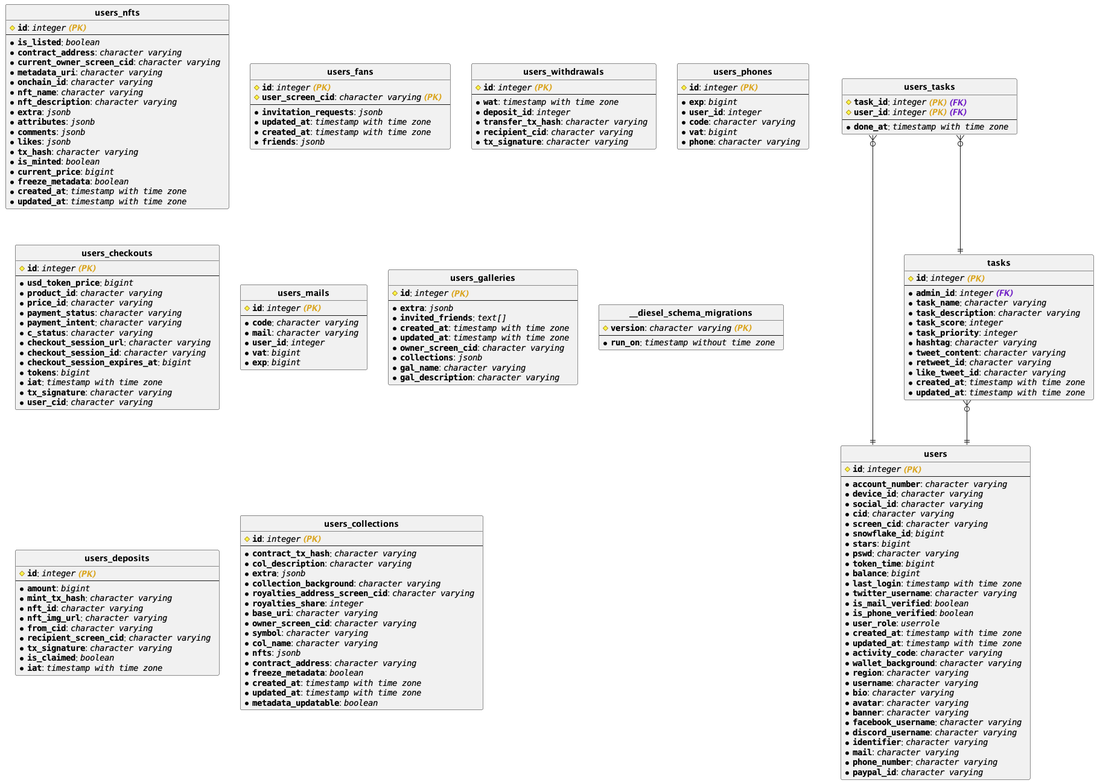
Before: infra/panel.png, a diagram exported from PlantUML (wildonion/gem).
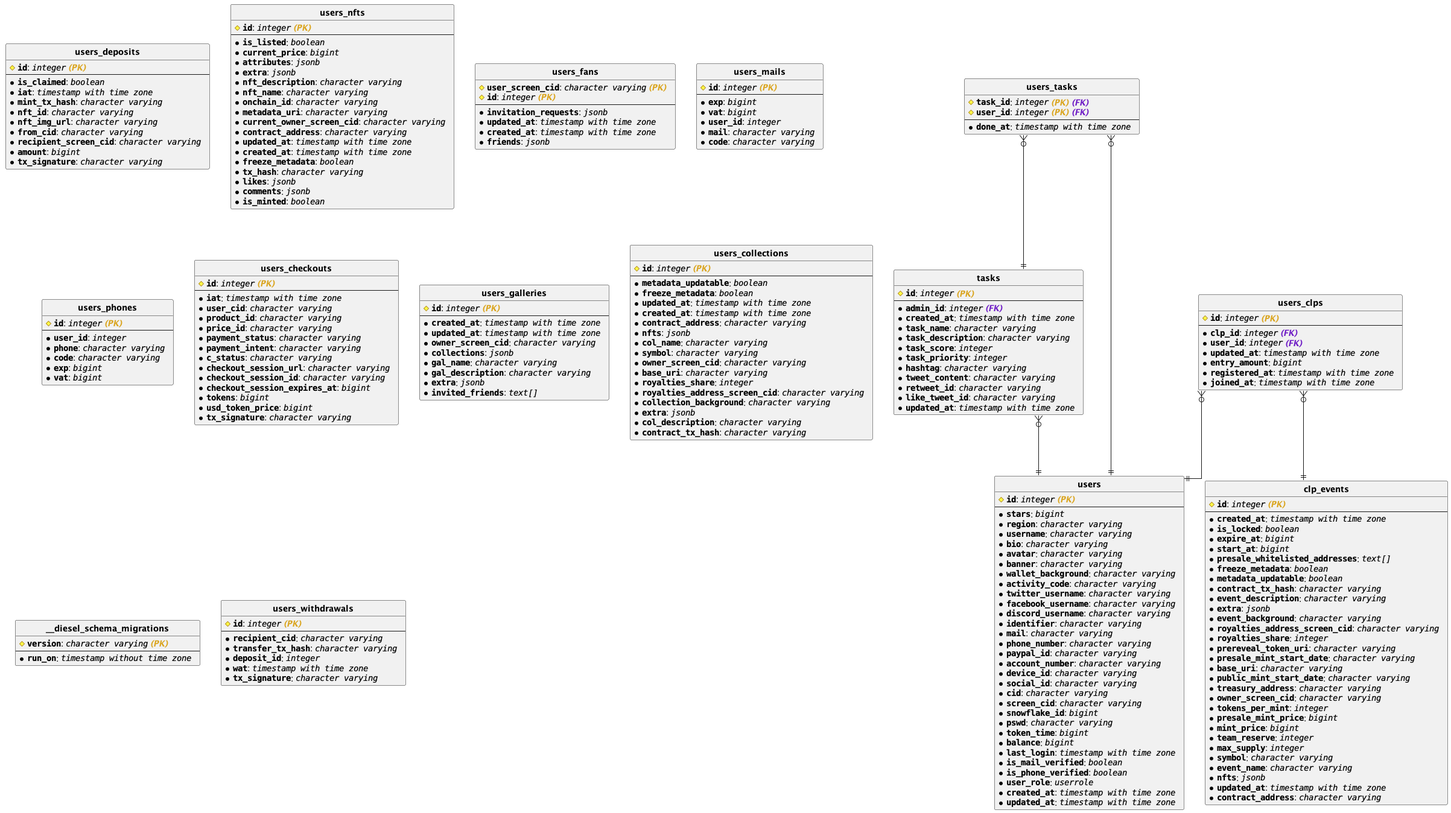
The same diagram one commit later.

Change to the diagram source:
```diff
@@ -3,31 +3,45 @@
 hide circle
 skinparam linetype ortho
 
+entity "**users_deposits**" {
+# <b>""id""</b>: //""integer"" <b><color:goldenrod>(PK) </color></b> //
+---
+* <b>""is_claimed""</b>: //""boolean""  //
+* <b>""iat""</b>: //""timestamp with time zone""  //
+* <b>""mint_tx_hash""</b>: //""character varying""  //
+* <b>""nft_id""</b>: //""character varying""  //
+* <b>""nft_img_url""</b>: //""character varying""  //
+* <b>""from_cid""</b>: //""character varying""  //
+* <b>""recipient_screen_cid""</b>: //""character varying""  //
+* <b>""amount""</b>: //""bigint""  //
+* <b>""tx_signature""</b>: //""character varying""  //
+}
+
 entity "**users_nfts**" {
 # <b>""id""</b>: //""integer"" <b><color:goldenrod>(PK) </color></b> //
 ---
 * <b>""is_listed""</b>: //""boolean""  //
+* <b>""current_price""</b>: //""bigint""  //
+* <b>""attributes""</b>: //""jsonb""  //
+* <b>""extra""</b>: //""jsonb""  //
+* <b>""nft_description""</b>: //""character varying""  //
+* <b>""nft_name""</b>: //""character varying""  //
+* <b>""onchain_id""</b>: //""character varying""  //
+* <b>""metadata_uri""</b>: //""character varying""  //
+* <b>""current_owner_screen_cid""</b>: //""character varying""  //
 * <b>""contract_address""</b>: //""character varying""  //
-* <b>""current_owner_screen_cid""</b>: //""character varying""  //
-* <b>""metadata_uri""</b>: //""character varying""  //
-* <b>""onchain_id""</b>: //""character varying""  //
-* <b>""nft_name""</b>: //""character varying""  //
-* <b>""nft_description""</b>: //""character varying""  //
-* <b>""extra""</b>: //""jsonb""  //
-* <b>""attributes""</b>: //""jsonb""  //
+* <b>""updated_at""</b>: //""timestamp with time zone""  //
+* <b>""created_at""</b>: //""timestamp with time zone""  //
+* <b>""freeze_metadata""</b>: //""boolean""  //
+* <b>""tx_hash""</b>: //""character varying""  //
+* <b>""likes""</b>: //""jsonb""  //
 * <b>""comments""</b>: //""jsonb""  //
-* <b>""likes""</b>: //""jsonb""  //
-* <b>""tx_hash""</b>: //""character varying""  //
 * <b>""is_minted""</b>: //""boolean""  //
-* <b>""current_price""</b>: //""bigint""  //
-* <b>""freeze_metadata""</b>: //""boolean""  //
-* <b>""created_at""</b>: //""timestamp with time zone""  //
-* <b>""updated_at""</b>: //""timestamp with time zone""  //
 }
 
 entity "**users_fans**" {
+# <b>""user_screen_cid""</b>: //""character varying"" <b><color:goldenrod>(PK) </color></b> //
 # <b>""id""</b>: //""integer"" <b><color:goldenrod>(PK) </color></b> //
-# <b>""user_screen_cid""</b>: //""character varying"" <b><color:goldenrod>(PK) </color></b> //
 ---
 * <b>""invitation_requests""</b>: //""jsonb""  //
 * <b>""updated_at""</b>: //""timestamp with time zone""  //
@@ -35,30 +49,31 @@
 * <b>""friends""</b>: //""jsonb""  //
 }
 
-entity "**users_withdrawals**" {
+entity "**users_mails**" {
 # <b>""id""</b>: //""integer"" <b><color:goldenrod>(PK) </color></b> //
 ---
-* <b>""wat""</b>: //""timestamp with time zone""  //
-* <b>""deposit_id""</b>: //""integer""  //
-* <b>""transfer_tx_hash""</b>: //""character varying""  //
-* <b>""recipient_cid""</b>: //""character varying""  //
-* <b>""tx_signature""</b>: //""character varying""  //
+* <b>""exp""</b>: //""bigint""  //
+* <b>""vat""</b>: //""bigint""  //
+* <b>""user_id""</b>: //""integer""  //
+* <b>""mail""</b>: //""character varying""  //
+* <b>""code""</b>: //""character varying""  //
 }
 
 entity "**users_phones**" {
 # <b>""id""</b>: //""integer"" <b><color:goldenrod>(PK) </color></b> //
 ---
+* <b>""user_id""</b>: //""integer""  //
+* <b>""phone""</b>: //""character varying""  //
+* <b>""code""</b>: //""character varying""  //
 * <b>""exp""</b>: //""bigint""  //
-* <b>""user_id""</b>: //""integer""  //
-* <b>""code""</b>: //""character varying""  //
 * <b>""vat""</b>: //""bigint""  //
-* <b>""phone""</b>: //""character varying""  //
 }
 
 entity "**users_checkouts**" {
 # <b>""id""</b>: //""integer"" <b><color:goldenrod>(PK) </color></b> //
 ---
-* <b>""usd_token_price""</b>: //""bigint""  //
+* <b>""iat""</b>: //""timestamp with time zone""  //
+* <b>""user_cid""</b>: //""character varying""  //
 * <b>""product_id""</b>: //""character varying""  //
 * <b>""price_id""</b>: //""character varying""  //
 * <b>""payment_status""</b>: //""character varying""  //
@@ -68,9 +83,71 @@
 * <b>""checkout_session_id""</b>: //""character varying""  //
 * <b>""checkout_session_expires_at""</b>: //""bigint""  //
 * <b>""tokens""</b>: //""bigint""  //
-* <b>""iat""</b>: //""timestamp with time zone""  //
+* <b>""usd_token_price""</b>: //""bigint""  //
 * <b>""tx_signature""</b>: //""character varying""  //
-* <b>""user_cid""</b>: //""character varying""  //
+}
+
+entity "**tasks**" {
+# <b>""id""</b>: //""integer"" <b><color:goldenrod>(PK) </color></b> //
+---
+* <b>""admin_id""</b>: //""integer"" <b><color:701fc6>(FK) </color></b> //
+* <b>""created_at""</b>: //""timestamp with time zone""  //
+* <b>""task_name""</b>: //""character varying""  //
+* <b>""task_description""</b>: //""character varying""  //
+* <b>""task_score""</b>: //""integer""  //
+* <b>""task_priority""</b>: //""integer""  //
+* <b>""hashtag""</b>: //""character varying""  //
+* <b>""tweet_content""</b>: //""character varying""  //
+* <b>""retweet_id""</b>: //""character varying""  //
+* <b>""like_tweet_id""</b>: //""character varying""  //
+* <b>""updated_at""</b>: //""timestamp with time zone""  //
+}
+
+entity "**users_galleries**" {
+# <b>""id""</b>: //""integer"" <b><color:goldenrod>(PK) </color></b> //
+---
+* <b>""created_at""</b>: //""timestamp with time zone""  //
+* <b>""updated_at""</b>: //""timestamp with time zone""  //
+* <b>""owner_screen_cid""</b>: //""character varying""  //
+* <b>""collections""</b>: //""jsonb""  //
+* <b>""gal_name""</b>: //""character varying""  //
+* <b>""gal_description""</b>: //""character varying""  //
+* <b>""extra""</b>: //""jsonb""  //
+* <b>""invited_friends""</b>: //""text[]""  //
+}
+
+entity "**clp_events**" {
+# <b>""id""</b>: //""integer"" <b><color:goldenrod>(PK) </color></b> //
+---
+* <b>""created_at""</b>: //""timestamp with time zone""  //
+* <b>""is_locked""</b>: //""boolean""  //
+* <b>""expire_at""</b>: //""bigint""  //
+* <b>""start_at""</b>: //""bigint""  //
+* <b>""presale_whitelisted_addresses""</b>: //""text[]""  //
+* <b>""freeze_metadata""</b>: //""boolean""  //
+* <b>""metadata_updatable""</b>: //""boolean""  //
+* <b>""contract_tx_hash""</b>: //""character varying""  //
+* <b>""event_description""</b>: //""character varying""  //
+* <b>""extra""</b>: //""jsonb""  //
+* <b>""event_background""</b>: //""character varying""  //
+* <b>""royalties_address_screen_cid""</b>: //""character varying""  //
+* <b>""royalties_share""</b>: //""integer""  //
+* <b>""prereveal_token_uri""</b>: //""character varying""  //
+* <b>""presale_mint_start_date""</b>: //""character varying""  //
+* <b>""base_uri""</b>: //""character varying""  //
+* <b>""public_mint_start_date""</b>: //""character varying""  //
+* <b>""treasury_address""</b>: //""character varying""  //
+* <b>""owner_screen_cid""</b>: //""character varying""  //
+* <b>""tokens_per_mint""</b>: //""integer""  //
+* <b>""presale_mint_price""</b>: //""bigint""  //
+* <b>""mint_price""</b>: //""bigint""  //
+* <b>""team_reserve""</b>: //""integer""  //
+* <b>""max_supply""</b>: //""integer""  //
+* <b>""symbol""</b>: //""character varying""  //
+* <b>""event_name""</b>: //""character varying""  //
+* <b>""nfts""</b>: //""jsonb""  //
+* <b>""updated_at""</b>: //""timestamp with time zone""  //
+* <b>""contract_address""</b>: //""character varying""  //
 }
 
 entity "**users_tasks**" {
@@ -80,62 +157,36 @@
 * <b>""done_at""</b>: //""timestamp with time zone""  //
 }
 
-entity "**users**" {
+entity "**users_collections**" {
 # <b>""id""</b>: //""integer"" <b><color:goldenrod>(PK) </color></b> //
 ---
-* <b>""account_number""</b>: //""character varying""  //
-* <b>""device_id""</b>: //""character varying""  //
-* <b>""social_id""</b>: //""character varying""  //
-* <b>""cid""</b>: //""character varying""  //
-* <b>""screen_cid""</b>: //""character varying""  //
-* <b>""snowflake_id""</b>: //""bigint""  //
-* <b>""stars""</b>: //""bigint""  //
-* <b>""pswd""</b>: //""character varying""  //
-* <b>""token_time""</b>: //""bigint""  //
-* <b>""balance""</b>: //""bigint""  //
-* <b>""last_login""</b>: //""timestamp with time zone""  //
-* <b>""twitter_username""</b>: //""character varying""  //
-* <b>""is_mail_verified""</b>: //""boolean""  //
-* <b>""is_phone_verified""</b>: //""boolean""  //
-* <b>""user_role""</b>: //""userrole""  //
+* <b>""metadata_updatable""</b>: //""boolean""  //
+* <b>""freeze_metadata""</b>: //""boolean""  //
+* <b>""updated_at""</b>: //""timestamp with time zone""  //
 * <b>""created_at""</b>: //""timestamp with time zone""  //
-* <b>""updated_at""</b>: //""timestamp with time zone""  //
-* <b>""activity_code""</b>: //""character varying""  //
-* <b>""wallet_background""</b>: //""character varying""  //
-* <b>""region""</b>: //""character varying""  //
-* <b>""username""</b>: //""character varying""  //
-* <b>""bio""</b>: //""character varying""  //
-* <b>""avatar""</b>: //""character varying""  //
-* <b>""banner""</b>: //""character varying""  //
-* <b>""facebook_username""</b>: //""character varying""  //
-* <b>""discord_username""</b>: //""character varying""  //
-* <b>""identifier""</b>: //""character varying""  //
-* <b>""mail""</b>: //""character varying""  //
-* <b>""phone_number""</b>: //""character varying""  //
-* <b>""paypal_id""</b>: //""character varying""  //
+* <b>""contract_address""</b>: //""character varying""  //
+* <b>""nfts""</b>: //""jsonb""  //
+* <b>""col_name""</b>: //""character varying""  //
+* <b>""symbol""</b>: //""character varying""  //
+* <b>""owner_screen_cid""</b>: //""character varying""  //
+* <b>""base_uri""</b>: //""character varying""  //
+* <b>""royalties_share""</b>: //""integer""  //
+* <b>""royalties_address_screen_cid""</b>: //""character varying""  //
+* <b>""collection_background""</b>: //""character varying""  //
+* <b>""extra""</b>: //""jsonb""  //
+* <b>""col_description""</b>: //""character varying""  //
+* <b>""contract_tx_hash""</b>: //""character varying""  //
 }
 
-entity "**users_mails**" {
+entity "**users_clps**" {
 # <b>""id""</b>: //""integer"" <b><color:goldenrod>(PK) </color></b> //
 ---
-* <b>""code""</b>: //""character varying""  //
-* <b>""mail""</b>: //""character varying""  //
-* <b>""user_id""</b>: //""integer""  //
-* <b>""vat""</b>: //""bigint""  //
-* <b>""exp""</b>: //""bigint""  //
-}
-
-entity "**users_galleries**" {
-# <b>""id""</b>: //""integer"" <b><color:goldenrod>(PK) </color></b> //
----
-* <b>""extra""</b>: //""jsonb""  //
-* <b>""invited_friends""</b>: //""text[]""  //
-* <b>""created_at""</b>: //""timestamp with time zone""  //
+* <b>""clp_id""</b>: //""integer"" <b><color:701fc6>(FK) </color></b> //
+* <b>""user_id""</b>: //""integer"" <b><color:701fc6>(FK) </color></b> //
 * <b>""updated_at""</b>: //""timestamp with time zone""  //
-* <b>""owner_screen_cid""</b>: //""character varying""  //
-* <b>""collections""</b>: //""jsonb""  //
-* <b>""gal_name""</b>: //""character varying""  //
-* <b>""gal_description""</b>: //""character varying""  //
+* <b>""entry_amount""</b>: //""bigint""  //
+* <b>""registered_at""</b>: //""timestamp with time zone""  //
+* <b>""joined_at""</b>: //""timestamp with time zone""  //
 }
 
 entity "**__diesel_schema_migrations**" {
@@ -144,63 +195,61 @@
 * <b>""run_on""</b>: //""timestamp without time zone""  //
 }
 
-entity "**users_deposits**" {
+entity "**users**" {
 # <b>""id""</b>: //""integer"" <b><color:goldenrod>(PK) </color></b> //
 ---
-* <b>""amount""</b>: //""bigint""  //
-* <b>""mint_tx_hash""</b>: //""character varying""  //
-* <b>""nft_id""</b>: //""character varying""  //
-* <b>""nft_img_url""</b>: //""character varying""  //
-* <b>""from_cid""</b>: //""character varying""  //
-* <b>""recipient_screen_cid""</b>: //""character varying""  //
-* <b>""tx_signature""</b>: //""character varying""  //
-* <b>""is_claimed""</b>: //""boolean""  //
-* <b>""iat""</b>: //""timestamp with time zone""  //
-}
-
-entity "**users_collections**" {
-# <b>""id""</b>: //""integer"" <b><color:goldenrod>(PK) </color></b> //
----
-* <b>""contract_tx_hash""</b>: //""character varying""  //
-* <b>""col_description""</b>: //""character varying""  //
-* <b>""extra""</b>: //""jsonb""  //
-* <b>""collection_background""</b>: //""character varying""  //
-* <b>""royalties_address_screen_cid""</b>: //""character varying""  //
-* <b>""royalties_share""</b>: //""integer""  //
-* <b>""base_uri""</b>: //""character varying""  //
-* <b>""owner_screen_cid""</b>: //""character varying""  //
-* <b>""symbol""</b>: //""character varying""  //
-* <b>""col_name""</b>: //""character varying""  //
-* <b>""nfts""</b>: //""jsonb""  //
-* <b>""contract_address""</b>: //""character varying""  //
-* <b>""freeze_metadata""</b>: //""boolean""  //
-* <b>""created_at""</b>: //""timestamp with time zone""  //
-* <b>""updated_at""</b>: //""timestamp with time zone""  //
-* <b>""metadata_updatable""</b>: //""boolean""  //
-}
-
-entity "**tasks**" {
-# <b>""id""</b>: //""integer"" <b><color:goldenrod>(PK) </color></b> //
----
-* <b>""admin_id""</b>: //""integer"" <b><color:701fc6>(FK) </color></b> //
-* <b>""task_name""</b>: //""character varying""  //
-* <b>""task_description""</b>: //""character varying""  //
-* <b>""task_score""</b>: //""integer""  //
-* <b>""task_priority""</b>: //""integer""  //
-* <b>""hashtag""</b>: //""character varying""  //
-* <b>""tweet_content""</b>: //""character varying""  //
-* <b>""retweet_id""</b>: //""character varying""  //
-* <b>""like_tweet_id""</b>: //""character varying""  //
+* <b>""stars""</b>: //""bigint""  //
+* <b>""region""</b>: //""character varying""  //
+* <b>""username""</b>: //""character varying""  //
+* <b>""bio""</b>: //""character varying""  //
+* <b>""avatar""</b>: //""character varying""  //
+* <b>""banner""</b>: //""character varying""  //
+* <b>""wallet_background""</b>: //""character varying""  //
+* <b>""activity_code""</b>: //""character varying""  //
+* <b>""twitter_username""</b>: //""character varying""  //
+* <b>""facebook_username""</b>: //""character varying""  //
+* <b>""discord_username""</b>: //""character varying""  //
+* <b>""identifier""</b>: //""character varying""  //
+* <b>""mail""</b>: //""character varying""  //
+* <b>""phone_number""</b>: //""character varying""  //
+* <b>""paypal_id""</b>: //""character varying""  //
+* <b>""account_number""</b>: //""character varying""  //
+* <b>""device_id""</b>: //""character varying""  //
+* <b>""social_id""</b>: //""character varying""  //
+* <b>""cid""</b>: //""character varying""  //
+* <b>""screen_cid""</b>: //""character varying""  //
+* <b>""snowflake_id""</b>: //""bigint""  //
+* <b>""pswd""</b>: //""character varying""  //
+* <b>""token_time""</b>: //""bigint""  //
+* <b>""balance""</b>: //""bigint""  //
+* <b>""last_login""</b>: //""timestamp with time zone""  //
+* <b>""is_mail_verified""</b>: //""boolean""  //
+* <b>""is_phone_verified""</b>: //""boolean""  //
+* <b>""user_role""</b>: //""userrole""  //
 * <b>""created_at""</b>: //""timestamp with time zone""  //
 * <b>""updated_at""</b>: //""timestamp with time zone""  //
 }
 
+entity "**users_withdrawals**" {
+# <b>""id""</b>: //""integer"" <b><color:goldenrod>(PK) </color></b> //
+---
+* <b>""recipient_cid""</b>: //""character varying""  //
+* <b>""transfer_tx_hash""</b>: //""character varying""  //
+* <b>""deposit_id""</b>: //""integer""  //
+* <b>""wat""</b>: //""timestamp with time zone""  //
+* <b>""tx_signature""</b>: //""character varying""  //
+}
+
+
+"**tasks**" }o--|| "**users**"
+
+"**users_tasks**" }o--|| "**users**"
 
 "**users_tasks**" }o--|| "**tasks**"
 
-"**users_tasks**" }o--|| "**users**"
+"**users_clps**" }o--|| "**clp_events**"
 
-"**tasks**" }o--|| "**users**"
+"**users_clps**" }o--|| "**users**"
 
 
 @enduml
```
